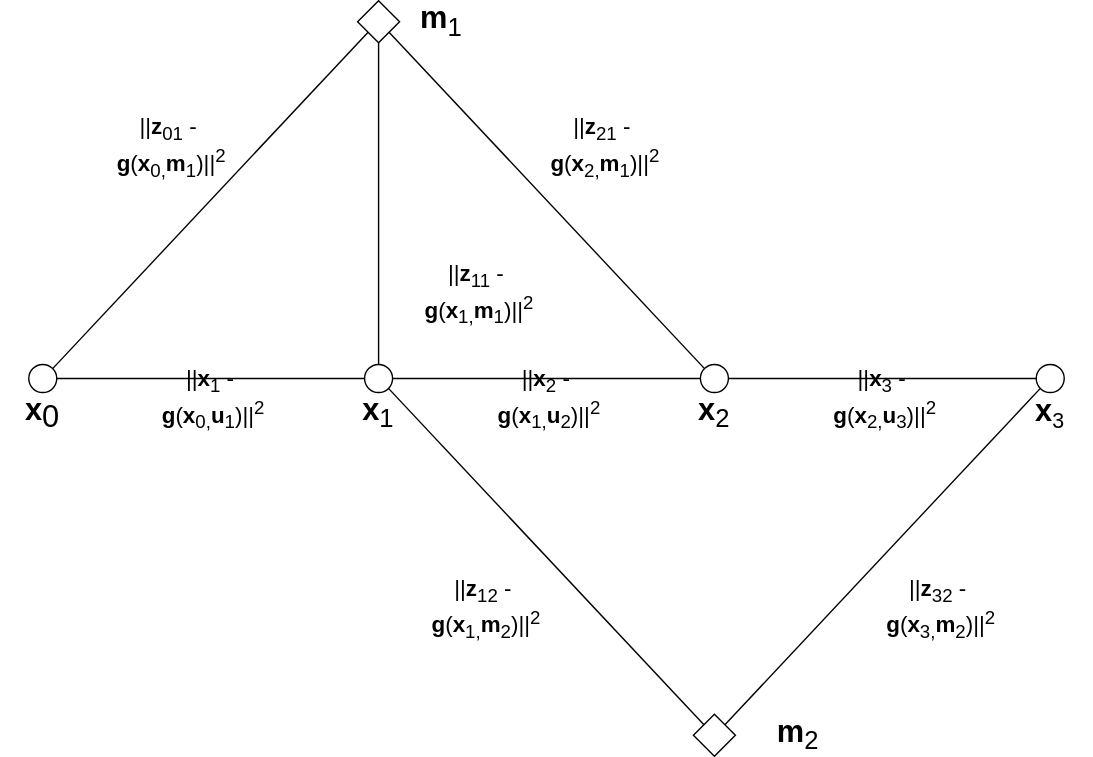
This is source/images/example-slam-graph.svg from IshitaTakeshi/ishitatakeshi.github.io, a draw.io export, as it was before one commit. Source tidied: cells renumbered, new cells last; positions are measured from the earlier drawing's top-left corner, leaving out a move shared by most shapes. Its diagram source:
```xml
<mxGraphModel>
  <root>
    <mxCell id="0" />
    <mxCell id="1" parent="0" />
    <mxCell id="2" style="edgeStyle=none;rounded=0;jettySize=auto;html=1;exitX=1;exitY=0.5;exitDx=0;exitDy=0;entryX=0;entryY=0.5;entryDx=0;entryDy=0;startArrow=none;startFill=0;endArrow=none;endFill=0;" parent="1" edge="1" source="3" target="7">
      <mxGeometry relative="1" as="geometry" />
    </mxCell>
    <mxCell id="3" style="ellipse;whiteSpace=wrap;html=1;" parent="1" vertex="1">
      <mxGeometry x="260" y="260" width="20" height="20" as="geometry" />
    </mxCell>
    <mxCell id="4" style="edgeStyle=none;rounded=0;jettySize=auto;html=1;exitX=1;exitY=0.5;exitDx=0;exitDy=0;entryX=0;entryY=0.5;entryDx=0;entryDy=0;startArrow=none;startFill=0;endArrow=none;endFill=0;" parent="1" edge="1" source="5" target="3">
      <mxGeometry relative="1" as="geometry" />
    </mxCell>
    <mxCell id="5" style="ellipse;whiteSpace=wrap;html=1;" parent="1" vertex="1">
      <mxGeometry x="20" y="260" width="20" height="20" as="geometry" />
    </mxCell>
    <mxCell id="6" style="rounded=0;jettySize=auto;html=1;exitX=1;exitY=0.5;exitDx=0;exitDy=0;entryX=0;entryY=0.5;entryDx=0;entryDy=0;endArrow=none;endFill=0;startArrow=none;startFill=0;" parent="1" edge="1" source="7" target="9">
      <mxGeometry relative="1" as="geometry" />
    </mxCell>
    <mxCell id="7" style="ellipse;whiteSpace=wrap;html=1;" parent="1" vertex="1">
      <mxGeometry x="500" y="260" width="20" height="20" as="geometry" />
    </mxCell>
    <mxCell id="8" style="endArrow=none;html=1;rounded=0;" parent="1" edge="1" target="7">
      <mxGeometry relative="1" as="geometry">
        <mxPoint x="510" y="270" as="sourcePoint" />
      </mxGeometry>
    </mxCell>
    <mxCell id="9" style="ellipse;whiteSpace=wrap;html=1;" parent="1" vertex="1">
      <mxGeometry x="740" y="260" width="20" height="20" as="geometry" />
    </mxCell>
    <mxCell id="10" style="edgeStyle=none;rounded=0;jettySize=auto;html=1;exitX=0.5;exitY=1;exitDx=0;exitDy=0;entryX=0.5;entryY=0;entryDx=0;entryDy=0;startArrow=none;startFill=0;endArrow=none;endFill=0;" parent="1" edge="1" source="12" target="3">
      <mxGeometry relative="1" as="geometry" />
    </mxCell>
    <mxCell id="11" style="edgeStyle=none;rounded=0;jettySize=auto;html=1;exitX=1;exitY=1;exitDx=0;exitDy=0;entryX=0;entryY=0;entryDx=0;entryDy=0;startArrow=none;startFill=0;endArrow=none;endFill=0;" parent="1" edge="1" source="12" target="7">
      <mxGeometry relative="1" as="geometry" />
    </mxCell>
    <mxCell id="12" style="rhombus;whiteSpace=wrap;html=1;" parent="1" vertex="1">
      <mxGeometry x="255" width="30" height="30" as="geometry" />
    </mxCell>
    <mxCell id="13" value="&lt;b style=&quot;font-size: 22px;&quot;&gt;x&lt;/b&gt;&lt;span style=&quot;font-size: 22px;&quot;&gt;&lt;sub style=&quot;font-size: 22px;&quot;&gt;0&lt;/sub&gt;&lt;/span&gt;" style="text;html=1;strokeColor=none;fillColor=none;align=center;verticalAlign=middle;whiteSpace=wrap;rounded=0;fontSize=22;" parent="1" vertex="1">
      <mxGeometry y="280" width="60" height="30" as="geometry" />
    </mxCell>
    <mxCell id="14" value="&lt;b style=&quot;font-size: 22px;&quot;&gt;x&lt;/b&gt;&lt;span style=&quot;font-size: 22px;&quot;&gt;&lt;sub&gt;1&lt;/sub&gt;&lt;/span&gt;" style="text;html=1;strokeColor=none;fillColor=none;align=center;verticalAlign=middle;whiteSpace=wrap;rounded=0;fontSize=22;" parent="1" vertex="1">
      <mxGeometry x="240" y="280" width="60" height="30" as="geometry" />
    </mxCell>
    <mxCell id="15" value="&lt;b style=&quot;font-size: 22px;&quot;&gt;x&lt;/b&gt;&lt;span style=&quot;font-size: 22px;&quot;&gt;&lt;sub&gt;2&lt;/sub&gt;&lt;/span&gt;" style="text;html=1;strokeColor=none;fillColor=none;align=center;verticalAlign=middle;whiteSpace=wrap;rounded=0;fontSize=22;" parent="1" vertex="1">
      <mxGeometry x="480" y="280" width="60" height="30" as="geometry" />
    </mxCell>
    <mxCell id="16" value="&lt;b style=&quot;font-size: 22px;&quot;&gt;x&lt;/b&gt;&lt;span style=&quot;font-size: 18.3333px;&quot;&gt;&lt;sub&gt;3&lt;/sub&gt;&lt;/span&gt;" style="text;html=1;strokeColor=none;fillColor=none;align=center;verticalAlign=middle;whiteSpace=wrap;rounded=0;fontSize=22;" parent="1" vertex="1">
      <mxGeometry x="720" y="280" width="60" height="30" as="geometry" />
    </mxCell>
    <mxCell id="17" value="&lt;span style=&quot;font-size: 22px;&quot;&gt;&lt;span style=&quot;font-size: 22px;&quot;&gt;&lt;b style=&quot;&quot;&gt;m&lt;/b&gt;&lt;sub&gt;1&lt;/sub&gt;&lt;/span&gt;&lt;/span&gt;" style="text;html=1;strokeColor=none;fillColor=none;align=center;verticalAlign=middle;whiteSpace=wrap;rounded=0;fontSize=22;" parent="1" vertex="1">
      <mxGeometry x="285" width="60" height="30" as="geometry" />
    </mxCell>
    <mxCell id="18" value="&lt;font style=&quot;font-size: 16px;&quot;&gt;||&lt;b&gt;x&lt;/b&gt;&lt;sub&gt;1&lt;/sub&gt;&amp;nbsp;-&amp;nbsp;&lt;b&gt;g&lt;/b&gt;(&lt;b&gt;x&lt;/b&gt;&lt;sub&gt;0,&lt;/sub&gt;&lt;b&gt;u&lt;/b&gt;&lt;sub&gt;1&lt;/sub&gt;)||&lt;sup&gt;2&lt;/sup&gt;&lt;/font&gt;" style="text;html=1;strokeColor=none;fillColor=none;align=center;verticalAlign=middle;whiteSpace=wrap;rounded=0;" parent="1" vertex="1">
      <mxGeometry x="110" y="270" width="80" height="30" as="geometry" />
    </mxCell>
    <mxCell id="19" value="&lt;font style=&quot;font-size: 16px;&quot;&gt;||&lt;b&gt;x&lt;/b&gt;&lt;sub&gt;2&lt;/sub&gt;&amp;nbsp;-&amp;nbsp;&lt;b&gt;g&lt;/b&gt;(&lt;b&gt;x&lt;/b&gt;&lt;sub&gt;1,&lt;/sub&gt;&lt;b&gt;u&lt;/b&gt;&lt;sub&gt;2&lt;/sub&gt;)||&lt;sup&gt;2&lt;/sup&gt;&lt;/font&gt;" style="text;html=1;strokeColor=none;fillColor=none;align=center;verticalAlign=middle;whiteSpace=wrap;rounded=0;" parent="1" vertex="1">
      <mxGeometry x="350" y="270" width="80" height="30" as="geometry" />
    </mxCell>
    <mxCell id="20" value="&lt;font style=&quot;font-size: 16px;&quot;&gt;||&lt;b&gt;x&lt;/b&gt;&lt;sub&gt;3&lt;/sub&gt;&amp;nbsp;-&amp;nbsp;&lt;b&gt;g&lt;/b&gt;(&lt;b&gt;x&lt;/b&gt;&lt;sub&gt;2,&lt;/sub&gt;&lt;b&gt;u&lt;/b&gt;&lt;sub&gt;3&lt;/sub&gt;)||&lt;sup&gt;2&lt;/sup&gt;&lt;/font&gt;" style="text;html=1;strokeColor=none;fillColor=none;align=center;verticalAlign=middle;whiteSpace=wrap;rounded=0;" parent="1" vertex="1">
      <mxGeometry x="590" y="270" width="80" height="30" as="geometry" />
    </mxCell>
    <mxCell id="21" value="&lt;font style=&quot;font-size: 16px;&quot;&gt;||&lt;b&gt;z&lt;/b&gt;&lt;sub&gt;21&lt;/sub&gt;&amp;nbsp;-&amp;nbsp;&lt;b&gt;g&lt;/b&gt;(&lt;b&gt;x&lt;/b&gt;&lt;sub&gt;2,&lt;/sub&gt;&lt;b&gt;m&lt;/b&gt;&lt;sub&gt;1&lt;/sub&gt;)||&lt;sup&gt;2&lt;/sup&gt;&lt;/font&gt;" style="text;html=1;strokeColor=none;fillColor=none;align=center;verticalAlign=middle;whiteSpace=wrap;rounded=0;" parent="1" vertex="1">
      <mxGeometry x="390" y="90" width="80" height="30" as="geometry" />
    </mxCell>
    <mxCell id="22" value="&lt;font style=&quot;font-size: 16px;&quot;&gt;||&lt;b&gt;z&lt;/b&gt;&lt;sub&gt;11&lt;/sub&gt;&amp;nbsp;-&amp;nbsp;&lt;b&gt;g&lt;/b&gt;(&lt;b&gt;x&lt;/b&gt;&lt;sub&gt;1,&lt;/sub&gt;&lt;b&gt;m&lt;/b&gt;&lt;sub&gt;1&lt;/sub&gt;)||&lt;sup&gt;2&lt;/sup&gt;&lt;/font&gt;" style="text;html=1;strokeColor=none;fillColor=none;align=center;verticalAlign=middle;whiteSpace=wrap;rounded=0;" parent="1" vertex="1">
      <mxGeometry x="305" y="200" width="70" height="20" as="geometry" />
    </mxCell>
    <mxCell id="23" style="endArrow=none;html=1;rounded=0;exitX=1;exitY=0;exitDx=0;exitDy=0;entryX=0;entryY=1;entryDx=0;entryDy=0;" parent="1" edge="1" source="5" target="12">
      <mxGeometry relative="1" as="geometry" />
    </mxCell>
    <mxCell id="24" style="rhombus;whiteSpace=wrap;html=1;" parent="1" vertex="1">
      <mxGeometry x="495" y="510" width="30" height="30" as="geometry" />
    </mxCell>
    <mxCell id="25" value="&lt;span style=&quot;font-size: 22px;&quot;&gt;&lt;span style=&quot;font-size: 22px;&quot;&gt;&lt;b style=&quot;&quot;&gt;m&lt;/b&gt;&lt;sub&gt;2&lt;/sub&gt;&lt;/span&gt;&lt;/span&gt;" style="text;html=1;strokeColor=none;fillColor=none;align=center;verticalAlign=middle;whiteSpace=wrap;rounded=0;fontSize=22;" parent="1" vertex="1">
      <mxGeometry x="540" y="510" width="60" height="30" as="geometry" />
    </mxCell>
    <mxCell id="26" style="endArrow=none;html=1;rounded=0;entryX=0;entryY=0;entryDx=0;entryDy=0;exitX=1;exitY=1;exitDx=0;exitDy=0;" parent="1" edge="1" source="3" target="24">
      <mxGeometry relative="1" as="geometry" />
    </mxCell>
    <mxCell id="27" style="endArrow=none;html=1;rounded=0;entryX=0;entryY=1;entryDx=0;entryDy=0;exitX=1;exitY=0;exitDx=0;exitDy=0;" parent="1" edge="1" source="24" target="9">
      <mxGeometry relative="1" as="geometry" />
    </mxCell>
    <mxCell id="28" value="&lt;font style=&quot;font-size: 16px;&quot;&gt;||&lt;b&gt;z&lt;/b&gt;&lt;sub&gt;01&lt;/sub&gt;&amp;nbsp;-&amp;nbsp;&lt;b&gt;g&lt;/b&gt;(&lt;b&gt;x&lt;/b&gt;&lt;sub&gt;0,&lt;/sub&gt;&lt;b&gt;m&lt;/b&gt;&lt;sub&gt;1&lt;/sub&gt;)||&lt;sup&gt;2&lt;/sup&gt;&lt;/font&gt;" style="text;html=1;strokeColor=none;fillColor=none;align=center;verticalAlign=middle;whiteSpace=wrap;rounded=0;" parent="1" vertex="1">
      <mxGeometry x="80" y="90" width="80" height="30" as="geometry" />
    </mxCell>
    <mxCell id="29" value="&lt;font style=&quot;font-size: 16px;&quot;&gt;||&lt;b&gt;z&lt;/b&gt;&lt;sub&gt;12&lt;/sub&gt;&amp;nbsp;-&amp;nbsp;&lt;b&gt;g&lt;/b&gt;(&lt;b&gt;x&lt;/b&gt;&lt;sub&gt;1,&lt;/sub&gt;&lt;b&gt;m&lt;/b&gt;&lt;sub&gt;2&lt;/sub&gt;)||&lt;sup&gt;2&lt;/sup&gt;&lt;/font&gt;" style="text;html=1;strokeColor=none;fillColor=none;align=center;verticalAlign=middle;whiteSpace=wrap;rounded=0;" parent="1" vertex="1">
      <mxGeometry x="305" y="420" width="80" height="30" as="geometry" />
    </mxCell>
    <mxCell id="30" value="&lt;font style=&quot;font-size: 16px;&quot;&gt;||&lt;b&gt;z&lt;/b&gt;&lt;sub&gt;32&lt;/sub&gt;&amp;nbsp;-&amp;nbsp;&lt;b&gt;g&lt;/b&gt;(&lt;b&gt;x&lt;/b&gt;&lt;sub&gt;3,&lt;/sub&gt;&lt;b&gt;m&lt;/b&gt;&lt;sub&gt;2&lt;/sub&gt;)||&lt;sup&gt;2&lt;/sup&gt;&lt;/font&gt;" style="text;html=1;strokeColor=none;fillColor=none;align=center;verticalAlign=middle;whiteSpace=wrap;rounded=0;" parent="1" vertex="1">
      <mxGeometry x="630" y="420" width="80" height="30" as="geometry" />
    </mxCell>
  </root>
</mxGraphModel>
```
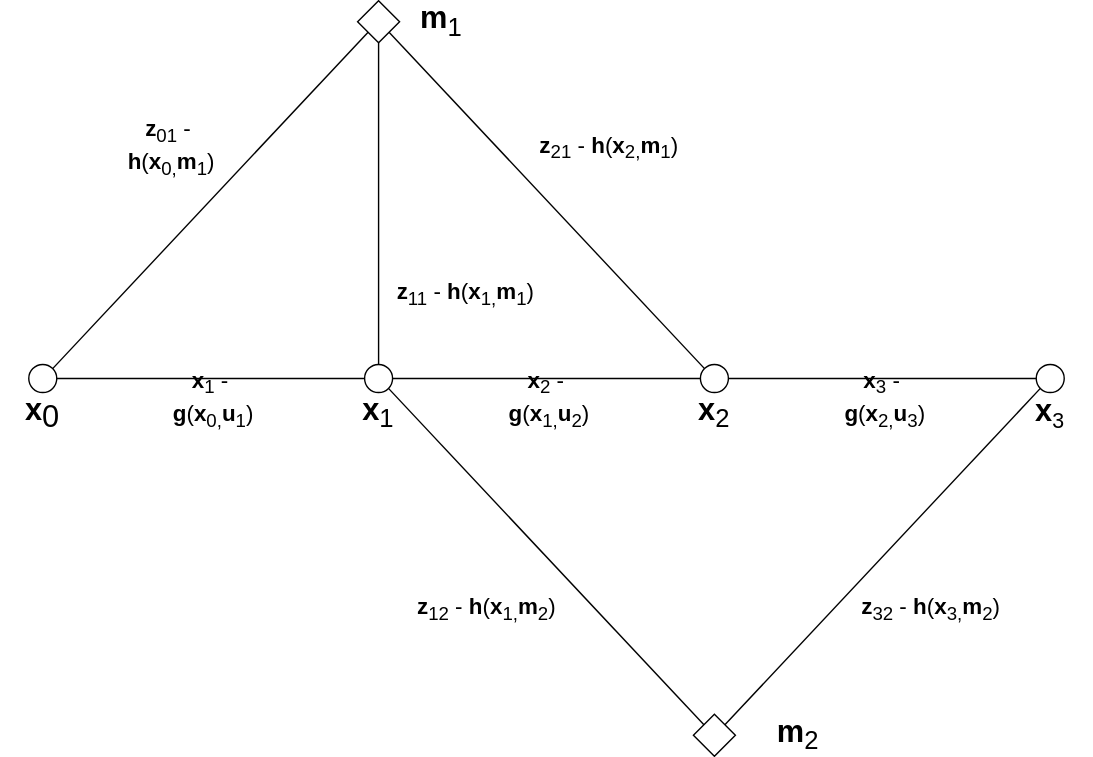
After the commit.

What changed in the source:
```diff
@@ -52,20 +52,20 @@
     <mxCell id="17" value="&lt;span style=&quot;font-size: 22px;&quot;&gt;&lt;span style=&quot;font-size: 22px;&quot;&gt;&lt;b style=&quot;&quot;&gt;m&lt;/b&gt;&lt;sub&gt;1&lt;/sub&gt;&lt;/span&gt;&lt;/span&gt;" style="text;html=1;strokeColor=none;fillColor=none;align=center;verticalAlign=middle;whiteSpace=wrap;rounded=0;fontSize=22;" parent="1" vertex="1">
       <mxGeometry x="285" width="60" height="30" as="geometry" />
     </mxCell>
-    <mxCell id="18" value="&lt;font style=&quot;font-size: 16px;&quot;&gt;||&lt;b&gt;x&lt;/b&gt;&lt;sub&gt;1&lt;/sub&gt;&amp;nbsp;-&amp;nbsp;&lt;b&gt;g&lt;/b&gt;(&lt;b&gt;x&lt;/b&gt;&lt;sub&gt;0,&lt;/sub&gt;&lt;b&gt;u&lt;/b&gt;&lt;sub&gt;1&lt;/sub&gt;)||&lt;sup&gt;2&lt;/sup&gt;&lt;/font&gt;" style="text;html=1;strokeColor=none;fillColor=none;align=center;verticalAlign=middle;whiteSpace=wrap;rounded=0;" parent="1" vertex="1">
+    <mxCell id="18" value="&lt;font style=&quot;font-size: 16px;&quot;&gt;&lt;b&gt;x&lt;/b&gt;&lt;sub&gt;1&lt;/sub&gt;&amp;nbsp;-&amp;nbsp;&lt;b&gt;g&lt;/b&gt;(&lt;b&gt;x&lt;/b&gt;&lt;sub&gt;0,&lt;/sub&gt;&lt;b&gt;u&lt;/b&gt;&lt;sub&gt;1&lt;/sub&gt;)&lt;/font&gt;" style="text;html=1;strokeColor=none;fillColor=none;align=center;verticalAlign=middle;whiteSpace=wrap;rounded=0;" parent="1" vertex="1">
       <mxGeometry x="110" y="270" width="80" height="30" as="geometry" />
     </mxCell>
-    <mxCell id="19" value="&lt;font style=&quot;font-size: 16px;&quot;&gt;||&lt;b&gt;x&lt;/b&gt;&lt;sub&gt;2&lt;/sub&gt;&amp;nbsp;-&amp;nbsp;&lt;b&gt;g&lt;/b&gt;(&lt;b&gt;x&lt;/b&gt;&lt;sub&gt;1,&lt;/sub&gt;&lt;b&gt;u&lt;/b&gt;&lt;sub&gt;2&lt;/sub&gt;)||&lt;sup&gt;2&lt;/sup&gt;&lt;/font&gt;" style="text;html=1;strokeColor=none;fillColor=none;align=center;verticalAlign=middle;whiteSpace=wrap;rounded=0;" parent="1" vertex="1">
+    <mxCell id="19" value="&lt;font style=&quot;font-size: 16px;&quot;&gt;&lt;b&gt;x&lt;/b&gt;&lt;sub&gt;2&lt;/sub&gt;&amp;nbsp;-&amp;nbsp;&lt;b&gt;g&lt;/b&gt;(&lt;b&gt;x&lt;/b&gt;&lt;sub&gt;1,&lt;/sub&gt;&lt;b&gt;u&lt;/b&gt;&lt;sub&gt;2&lt;/sub&gt;)&lt;/font&gt;" style="text;html=1;strokeColor=none;fillColor=none;align=center;verticalAlign=middle;whiteSpace=wrap;rounded=0;" parent="1" vertex="1">
       <mxGeometry x="350" y="270" width="80" height="30" as="geometry" />
     </mxCell>
-    <mxCell id="20" value="&lt;font style=&quot;font-size: 16px;&quot;&gt;||&lt;b&gt;x&lt;/b&gt;&lt;sub&gt;3&lt;/sub&gt;&amp;nbsp;-&amp;nbsp;&lt;b&gt;g&lt;/b&gt;(&lt;b&gt;x&lt;/b&gt;&lt;sub&gt;2,&lt;/sub&gt;&lt;b&gt;u&lt;/b&gt;&lt;sub&gt;3&lt;/sub&gt;)||&lt;sup&gt;2&lt;/sup&gt;&lt;/font&gt;" style="text;html=1;strokeColor=none;fillColor=none;align=center;verticalAlign=middle;whiteSpace=wrap;rounded=0;" parent="1" vertex="1">
+    <mxCell id="20" value="&lt;font style=&quot;font-size: 16px;&quot;&gt;&lt;b&gt;x&lt;/b&gt;&lt;sub&gt;3&lt;/sub&gt;&amp;nbsp;-&amp;nbsp;&lt;b&gt;g&lt;/b&gt;(&lt;b&gt;x&lt;/b&gt;&lt;sub&gt;2,&lt;/sub&gt;&lt;b&gt;u&lt;/b&gt;&lt;sub&gt;3&lt;/sub&gt;)&lt;/font&gt;" style="text;html=1;strokeColor=none;fillColor=none;align=center;verticalAlign=middle;whiteSpace=wrap;rounded=0;" parent="1" vertex="1">
       <mxGeometry x="590" y="270" width="80" height="30" as="geometry" />
     </mxCell>
-    <mxCell id="21" value="&lt;font style=&quot;font-size: 16px;&quot;&gt;||&lt;b&gt;z&lt;/b&gt;&lt;sub&gt;21&lt;/sub&gt;&amp;nbsp;-&amp;nbsp;&lt;b&gt;g&lt;/b&gt;(&lt;b&gt;x&lt;/b&gt;&lt;sub&gt;2,&lt;/sub&gt;&lt;b&gt;m&lt;/b&gt;&lt;sub&gt;1&lt;/sub&gt;)||&lt;sup&gt;2&lt;/sup&gt;&lt;/font&gt;" style="text;html=1;strokeColor=none;fillColor=none;align=center;verticalAlign=middle;whiteSpace=wrap;rounded=0;" parent="1" vertex="1">
-      <mxGeometry x="390" y="90" width="80" height="30" as="geometry" />
+    <mxCell id="21" value="&lt;font style=&quot;font-size: 16px;&quot;&gt;&lt;b&gt;z&lt;/b&gt;&lt;sub&gt;21&lt;/sub&gt;&amp;nbsp;- &lt;b&gt;h&lt;/b&gt;(&lt;b&gt;x&lt;/b&gt;&lt;sub&gt;2,&lt;/sub&gt;&lt;b&gt;m&lt;/b&gt;&lt;sub&gt;1&lt;/sub&gt;)&lt;/font&gt;" style="text;html=1;strokeColor=none;fillColor=none;align=center;verticalAlign=middle;whiteSpace=wrap;rounded=0;" parent="1" vertex="1">
+      <mxGeometry x="370" y="90" width="130" height="30" as="geometry" />
     </mxCell>
-    <mxCell id="22" value="&lt;font style=&quot;font-size: 16px;&quot;&gt;||&lt;b&gt;z&lt;/b&gt;&lt;sub&gt;11&lt;/sub&gt;&amp;nbsp;-&amp;nbsp;&lt;b&gt;g&lt;/b&gt;(&lt;b&gt;x&lt;/b&gt;&lt;sub&gt;1,&lt;/sub&gt;&lt;b&gt;m&lt;/b&gt;&lt;sub&gt;1&lt;/sub&gt;)||&lt;sup&gt;2&lt;/sup&gt;&lt;/font&gt;" style="text;html=1;strokeColor=none;fillColor=none;align=center;verticalAlign=middle;whiteSpace=wrap;rounded=0;" parent="1" vertex="1">
-      <mxGeometry x="305" y="200" width="70" height="20" as="geometry" />
+    <mxCell id="22" value="&lt;font style=&quot;font-size: 16px;&quot;&gt;&lt;b&gt;z&lt;/b&gt;&lt;sub&gt;11&lt;/sub&gt;&amp;nbsp;- &lt;b&gt;h&lt;/b&gt;(&lt;b&gt;x&lt;/b&gt;&lt;sub&gt;1,&lt;/sub&gt;&lt;b&gt;m&lt;/b&gt;&lt;sub&gt;1&lt;/sub&gt;)&lt;/font&gt;" style="text;html=1;strokeColor=none;fillColor=none;align=center;verticalAlign=middle;whiteSpace=wrap;rounded=0;" parent="1" vertex="1">
+      <mxGeometry x="270" y="200" width="125" height="20" as="geometry" />
     </mxCell>
     <mxCell id="23" style="endArrow=none;html=1;rounded=0;exitX=1;exitY=0;exitDx=0;exitDy=0;entryX=0;entryY=1;entryDx=0;entryDy=0;" parent="1" edge="1" source="5" target="12">
       <mxGeometry relative="1" as="geometry" />
@@ -82,14 +82,14 @@
     <mxCell id="27" style="endArrow=none;html=1;rounded=0;entryX=0;entryY=1;entryDx=0;entryDy=0;exitX=1;exitY=0;exitDx=0;exitDy=0;" parent="1" edge="1" source="24" target="9">
       <mxGeometry relative="1" as="geometry" />
     </mxCell>
-    <mxCell id="28" value="&lt;font style=&quot;font-size: 16px;&quot;&gt;||&lt;b&gt;z&lt;/b&gt;&lt;sub&gt;01&lt;/sub&gt;&amp;nbsp;-&amp;nbsp;&lt;b&gt;g&lt;/b&gt;(&lt;b&gt;x&lt;/b&gt;&lt;sub&gt;0,&lt;/sub&gt;&lt;b&gt;m&lt;/b&gt;&lt;sub&gt;1&lt;/sub&gt;)||&lt;sup&gt;2&lt;/sup&gt;&lt;/font&gt;" style="text;html=1;strokeColor=none;fillColor=none;align=center;verticalAlign=middle;whiteSpace=wrap;rounded=0;" parent="1" vertex="1">
+    <mxCell id="28" value="&lt;font style=&quot;font-size: 16px;&quot;&gt;&lt;b&gt;z&lt;/b&gt;&lt;sub&gt;01&lt;/sub&gt;&amp;nbsp;-&amp;nbsp;&lt;b&gt;h&lt;/b&gt;(&lt;b&gt;x&lt;/b&gt;&lt;sub&gt;0,&lt;/sub&gt;&lt;b&gt;m&lt;/b&gt;&lt;sub&gt;1&lt;/sub&gt;)&lt;/font&gt;" style="text;html=1;strokeColor=none;fillColor=none;align=center;verticalAlign=middle;whiteSpace=wrap;rounded=0;" parent="1" vertex="1">
       <mxGeometry x="80" y="90" width="80" height="30" as="geometry" />
     </mxCell>
-    <mxCell id="29" value="&lt;font style=&quot;font-size: 16px;&quot;&gt;||&lt;b&gt;z&lt;/b&gt;&lt;sub&gt;12&lt;/sub&gt;&amp;nbsp;-&amp;nbsp;&lt;b&gt;g&lt;/b&gt;(&lt;b&gt;x&lt;/b&gt;&lt;sub&gt;1,&lt;/sub&gt;&lt;b&gt;m&lt;/b&gt;&lt;sub&gt;2&lt;/sub&gt;)||&lt;sup&gt;2&lt;/sup&gt;&lt;/font&gt;" style="text;html=1;strokeColor=none;fillColor=none;align=center;verticalAlign=middle;whiteSpace=wrap;rounded=0;" parent="1" vertex="1">
-      <mxGeometry x="305" y="420" width="80" height="30" as="geometry" />
+    <mxCell id="29" value="&lt;font style=&quot;font-size: 16px;&quot;&gt;&lt;b&gt;z&lt;/b&gt;&lt;sub&gt;12&lt;/sub&gt;&amp;nbsp;- &lt;b&gt;h&lt;/b&gt;(&lt;b&gt;x&lt;/b&gt;&lt;sub&gt;1,&lt;/sub&gt;&lt;b&gt;m&lt;/b&gt;&lt;sub&gt;2&lt;/sub&gt;)&lt;/font&gt;" style="text;html=1;strokeColor=none;fillColor=none;align=center;verticalAlign=middle;whiteSpace=wrap;rounded=0;" parent="1" vertex="1">
+      <mxGeometry x="280" y="420" width="135" height="30" as="geometry" />
     </mxCell>
-    <mxCell id="30" value="&lt;font style=&quot;font-size: 16px;&quot;&gt;||&lt;b&gt;z&lt;/b&gt;&lt;sub&gt;32&lt;/sub&gt;&amp;nbsp;-&amp;nbsp;&lt;b&gt;g&lt;/b&gt;(&lt;b&gt;x&lt;/b&gt;&lt;sub&gt;3,&lt;/sub&gt;&lt;b&gt;m&lt;/b&gt;&lt;sub&gt;2&lt;/sub&gt;)||&lt;sup&gt;2&lt;/sup&gt;&lt;/font&gt;" style="text;html=1;strokeColor=none;fillColor=none;align=center;verticalAlign=middle;whiteSpace=wrap;rounded=0;" parent="1" vertex="1">
-      <mxGeometry x="630" y="420" width="80" height="30" as="geometry" />
+    <mxCell id="30" value="&lt;font style=&quot;font-size: 16px;&quot;&gt;&lt;b&gt;z&lt;/b&gt;&lt;sub&gt;32&lt;/sub&gt;&amp;nbsp;- &lt;b&gt;h&lt;/b&gt;(&lt;b&gt;x&lt;/b&gt;&lt;sub&gt;3,&lt;/sub&gt;&lt;b&gt;m&lt;/b&gt;&lt;sub&gt;2&lt;/sub&gt;)&lt;/font&gt;" style="text;html=1;strokeColor=none;fillColor=none;align=center;verticalAlign=middle;whiteSpace=wrap;rounded=0;" parent="1" vertex="1">
+      <mxGeometry x="600" y="420" width="130" height="30" as="geometry" />
     </mxCell>
   </root>
 </mxGraphModel>
```
